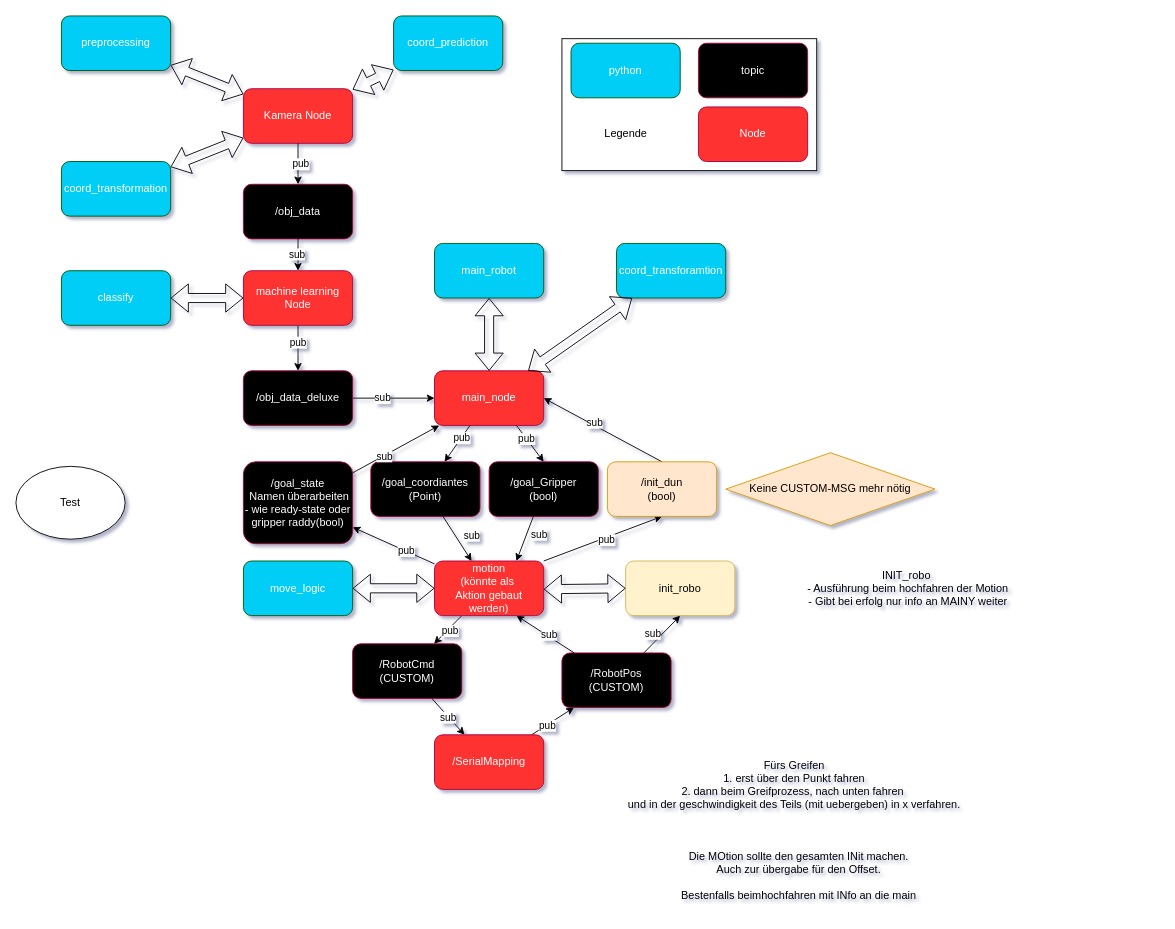
ibinsandig/Portal-zur-Exmatrikulation keeps this draw.io diagram as misc/architecture/SW_architecture_v3_pending.drawio. Above is the earlier version. Source tidied: cells renumbered, new cells numbered last; positions are measured from the earlier drawing's top-left corner, leaving out a move shared by most shapes. Both pictures are drawn from the tidied source at 91%, with x=0, y=0 at pixel (15, 15).
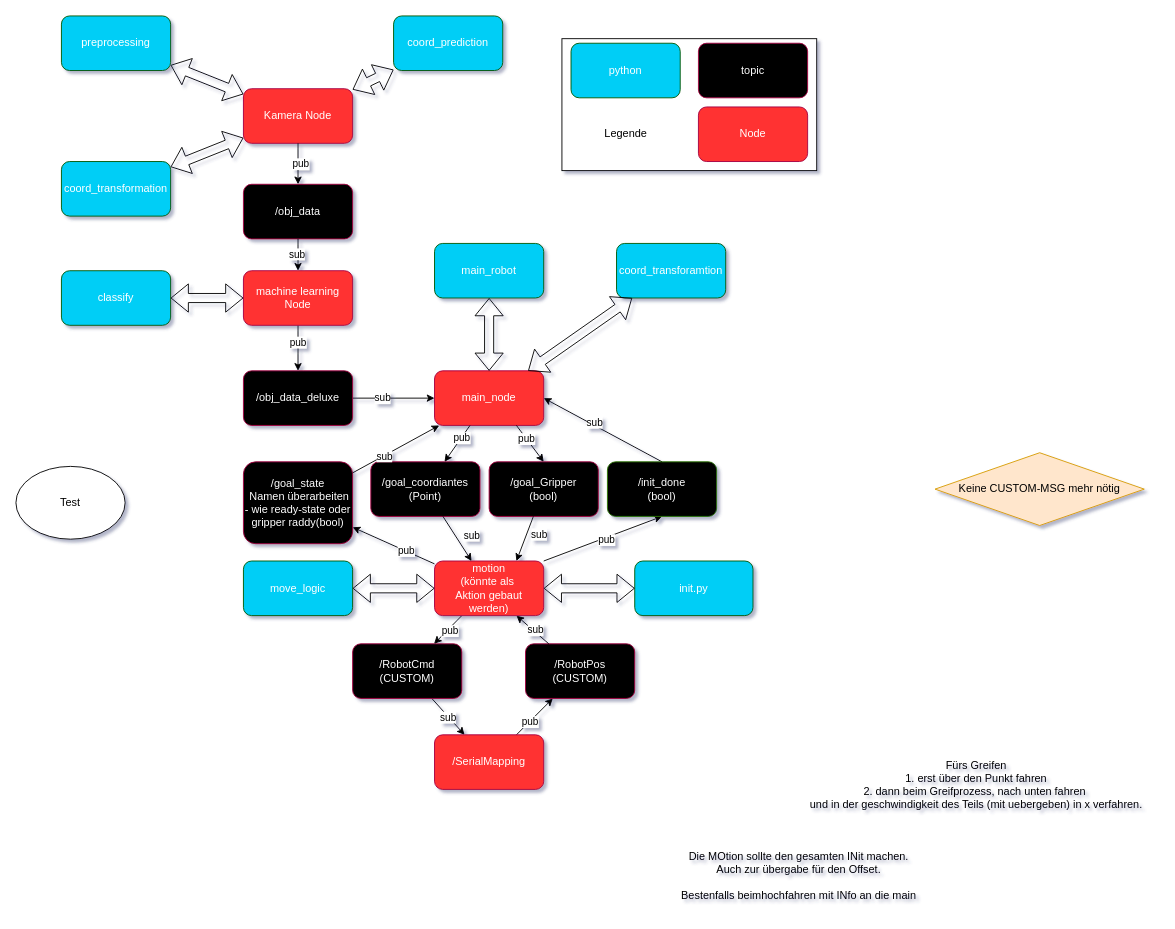
After the change.

Commit message (it also covers changes not shown here):
init_test_ready

Unchanged cells that the change refers to:
```xml
<mxCell id="30" value="motion&lt;div&gt;(könnte als&amp;nbsp;&lt;/div&gt;&lt;div&gt;Aktion gebaut werden)&lt;/div&gt;" style="rounded=1;whiteSpace=wrap;html=1;fillColor=#FF3333;fontColor=#ffffff;strokeColor=#A50040;" parent="1" vertex="1">
  <mxGeometry x="460" y="599" width="120" height="60" as="geometry" />
</mxCell>
```

What changed in the source:
```diff
@@
-    <mxCell id="19" style="edgeStyle=none;html=1;exitX=0.75;exitY=0;exitDx=0;exitDy=0;entryX=0.5;entryY=1;entryDx=0;entryDy=0;" parent="1" edge="1" source="20" target="68">
-      <mxGeometry relative="1" as="geometry" />
-    </mxCell>
     <mxCell id="20" value="/RobotPos&lt;div&gt;(CUSTOM)&lt;/div&gt;" style="rounded=1;whiteSpace=wrap;html=1;fillColor=#000000;fontColor=#ffffff;strokeColor=#A50040;" parent="1" vertex="1">
-      <mxGeometry x="600" y="700" width="120" height="60" as="geometry" />
+      <mxGeometry x="560" y="690" width="120" height="60" as="geometry" />
     </mxCell>
@@
-    <mxCell id="65" value="/init_dun&lt;div&gt;(bool)&lt;/div&gt;" style="rounded=1;whiteSpace=wrap;html=1;fillColor=#ffe6cc;strokeColor=#d79b00;" parent="1" vertex="1">
+    <mxCell id="65" value="/init_done&lt;div&gt;(bool)&lt;/div&gt;" style="rounded=1;whiteSpace=wrap;html=1;fillColor=#000000;fontColor=#ffffff;strokeColor=#2D7600;" parent="1" vertex="1">
       <mxGeometry x="650" y="490" width="120" height="60" as="geometry" />
     </mxCell>
     <mxCell id="66" value="Keine CUSTOM-MSG mehr nötig" style="rhombus;whiteSpace=wrap;html=1;fillColor=#ffe6cc;strokeColor=#d79b00;" parent="1" vertex="1">
-      <mxGeometry x="780" y="480" width="230" height="80" as="geometry" />
+      <mxGeometry x="1010" y="480" width="230" height="80" as="geometry" />
     </mxCell>
     <mxCell id="67" value="Fürs Greifen&lt;div&gt;1. erst über den Punkt fahren&lt;/div&gt;&lt;div&gt;2. dann beim Greifprozess, nach unten fahren&amp;nbsp;&lt;/div&gt;&lt;div&gt;und in der geschwindigkeit des Teils (mit uebergeben) in x verfahren.&lt;/div&gt;" style="text;html=1;align=center;verticalAlign=middle;strokeColor=none;fillColor=none;" parent="1" vertex="1">
-      <mxGeometry x="660" y="810" width="390" height="70" as="geometry" />
+      <mxGeometry x="860" y="810" width="390" height="70" as="geometry" />
     </mxCell>
-    <mxCell id="68" value="init_robo" style="rounded=1;whiteSpace=wrap;html=1;fillColor=#fff2cc;strokeColor=#d6b656;" parent="1" vertex="1">
-      <mxGeometry x="670" y="599" width="120" height="60" as="geometry" />
-    </mxCell>
-    <mxCell id="69" style="shape=flexArrow;endArrow=classic;startArrow=classic;html=1;exitX=1;exitY=0.5;exitDx=0;exitDy=0;entryX=0;entryY=0.5;entryDx=0;entryDy=0;" parent="1" edge="1" target="68">
-      <mxGeometry relative="1" as="geometry">
-        <mxPoint x="580" y="630" as="sourcePoint" />
-      </mxGeometry>
-    </mxCell>
@@
-    <mxCell id="71" value="sub" style="edgeLabel;html=1;align=center;verticalAlign=middle;" parent="1" vertex="1">
-      <mxGeometry x="550" y="690" as="geometry">
-        <mxPoint x="149" y="-12" as="offset" />
-      </mxGeometry>
-    </mxCell>
-    <mxCell id="72" value="INIT_robo&amp;nbsp;&lt;div&gt;- Ausführung beim hochfahren der Motion&lt;/div&gt;&lt;div&gt;- Gibt bei erfolg nur info an MAINY weiter&lt;/div&gt;" style="text;html=1;align=center;verticalAlign=middle;strokeColor=none;fillColor=none;" parent="1" vertex="1">
-      <mxGeometry x="860" y="599" width="240" height="60" as="geometry" />
-    </mxCell>
@@
+    <mxCell id="75" value="init.py" style="rounded=1;whiteSpace=wrap;html=1;fillColor=light-dark(#04cef6, #43ba43);fontColor=#ffffff;strokeColor=#005700;" parent="1" vertex="1">
+      <mxGeometry x="680" y="599" width="130" height="60" as="geometry" />
+    </mxCell>
+    <mxCell id="76" style="shape=flexArrow;endArrow=classic;startArrow=classic;html=1;exitX=0;exitY=0.5;exitDx=0;exitDy=0;" parent="1" edge="1" source="75" target="30">
+      <mxGeometry relative="1" as="geometry" />
+    </mxCell>
```
